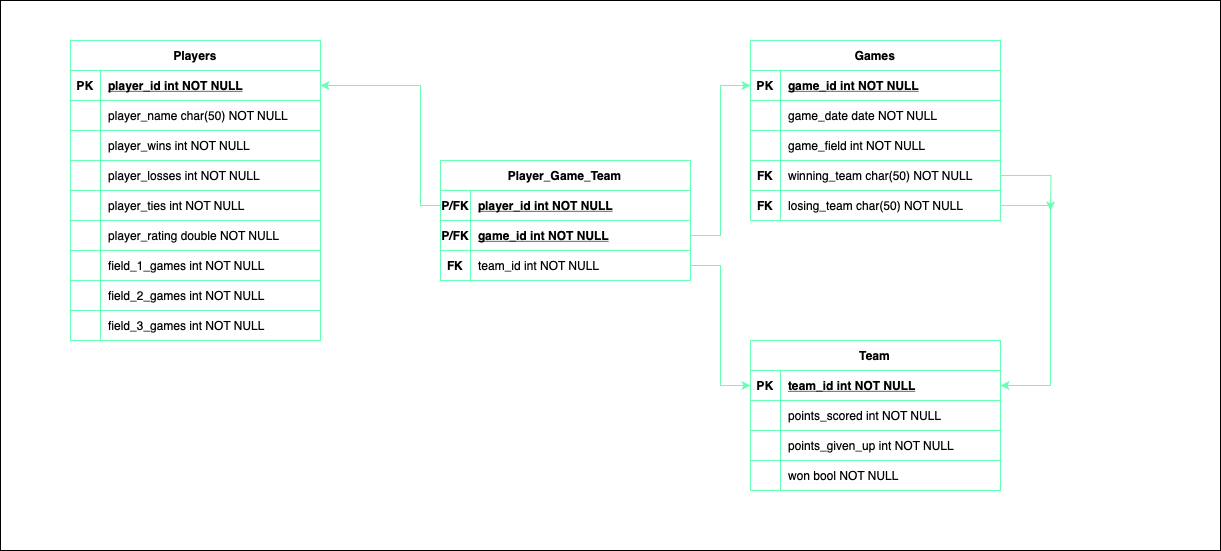
Before: Entities.png, a diagram exported from draw.io (claywrentz/Frisbee-Team-Builder). Source tidied: cells renumbered, new cells last; positions are measured from the earlier drawing's top-left corner, leaving out a move shared by most shapes.
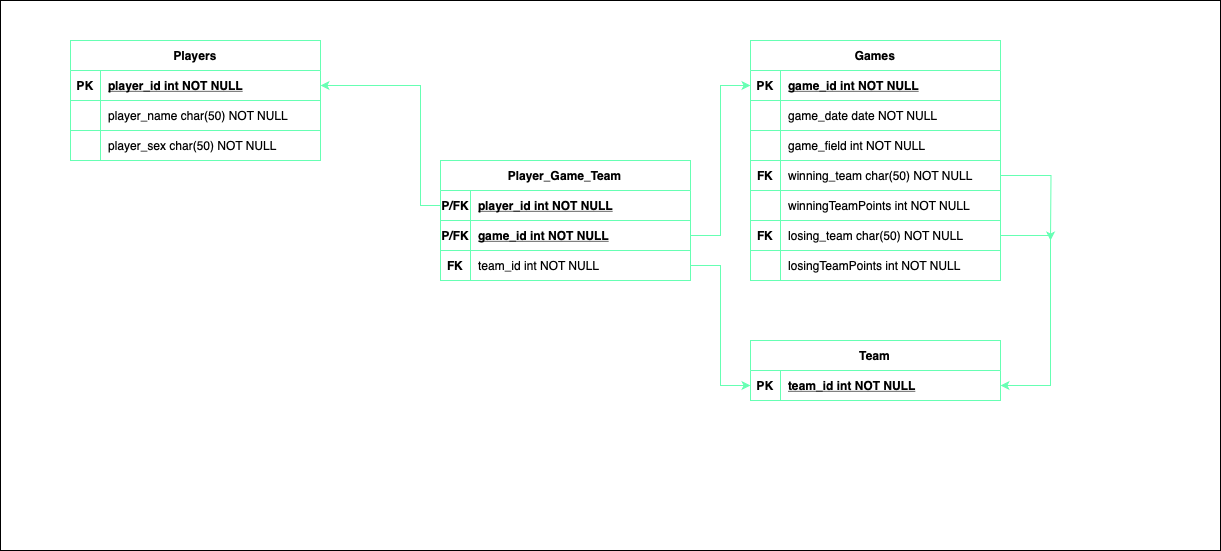
After the change.

Commit message:
Normalizing schema, not including dependent attributes

Diff of the diagram source:
```diff
@@ -6,7 +6,7 @@
       <mxGeometry width="1220" height="550" as="geometry" />
     </mxCell>
     <mxCell id="3" value="Players" style="shape=table;startSize=30;rowLines=0;fontStyle=1;align=center;strokeColor=light-dark(#66FFB3,#FFFFFF);" parent="1" vertex="1">
-      <mxGeometry x="70" y="40" width="250" height="300" as="geometry" />
+      <mxGeometry x="70" y="40" width="250" height="120" as="geometry" />
     </mxCell>
     <mxCell id="4" style="shape=partialRectangle;fillColor=none;points=[[0,0.5],[1,0.5]];portConstraint=eastwest;top=0;left=0;right=0;bottom=1;strokeColor=light-dark(#66FFB3,#FFFFFF);" parent="3" vertex="1">
       <mxGeometry y="30" width="250" height="30" as="geometry" />
@@ -26,69 +26,15 @@
     <mxCell id="9" value="player_name char(50) NOT NULL" style="shape=partialRectangle;overflow=hidden;fillColor=none;top=0;left=0;bottom=0;right=0;align=left;spacingLeft=6;fontStyle=0;strokeColor=light-dark(#66FFB3,#FFFFFF);" parent="7" vertex="1">
       <mxGeometry x="30" width="220" height="30" as="geometry" />
     </mxCell>
-    <mxCell id="10" style="shape=partialRectangle;fillColor=none;top=0;left=0;right=0;bottom=1;strokeColor=light-dark(#66FFB3,#FFFFFF);" parent="3" vertex="1">
-      <mxGeometry y="90" width="250" height="30" as="geometry" />
-    </mxCell>
-    <mxCell id="11" style="shape=partialRectangle;overflow=hidden;fillColor=none;top=0;left=0;bottom=0;right=0;fontStyle=1;strokeColor=light-dark(#66FFB3,#FFFFFF);" parent="10" vertex="1">
-      <mxGeometry width="30" height="30" as="geometry" />
-    </mxCell>
-    <mxCell id="12" value="player_wins int NOT NULL" style="shape=partialRectangle;overflow=hidden;fillColor=none;top=0;left=0;bottom=0;right=0;align=left;spacingLeft=6;fontStyle=0;strokeColor=light-dark(#66FFB3,#FFFFFF);" parent="10" vertex="1">
-      <mxGeometry x="30" width="220" height="30" as="geometry" />
-    </mxCell>
-    <mxCell id="13" style="shape=partialRectangle;fillColor=none;top=0;left=0;right=0;bottom=1;strokeColor=light-dark(#66FFB3,#FFFFFF);" parent="3" vertex="1">
-      <mxGeometry y="120" width="250" height="30" as="geometry" />
-    </mxCell>
-    <mxCell id="14" style="shape=partialRectangle;overflow=hidden;fillColor=none;top=0;left=0;bottom=0;right=0;fontStyle=1;strokeColor=light-dark(#66FFB3,#FFFFFF);" parent="13" vertex="1">
-      <mxGeometry width="30" height="30" as="geometry" />
-    </mxCell>
-    <mxCell id="15" value="player_losses int NOT NULL" style="shape=partialRectangle;overflow=hidden;fillColor=none;top=0;left=0;bottom=0;right=0;align=left;spacingLeft=6;fontStyle=0;strokeColor=light-dark(#66FFB3,#FFFFFF);" parent="13" vertex="1">
-      <mxGeometry x="30" width="220" height="30" as="geometry" />
-    </mxCell>
-    <mxCell id="16" style="shape=partialRectangle;fillColor=none;top=0;left=0;right=0;bottom=1;strokeColor=light-dark(#66FFB3,#FFFFFF);" parent="3" vertex="1">
-      <mxGeometry y="150" width="250" height="30" as="geometry" />
-    </mxCell>
-    <mxCell id="17" style="shape=partialRectangle;overflow=hidden;fillColor=none;top=0;left=0;bottom=0;right=0;fontStyle=1;strokeColor=light-dark(#66FFB3,#FFFFFF);" parent="16" vertex="1">
-      <mxGeometry width="30" height="30" as="geometry" />
-    </mxCell>
-    <mxCell id="18" value="player_ties int NOT NULL" style="shape=partialRectangle;overflow=hidden;fillColor=none;top=0;left=0;bottom=0;right=0;align=left;spacingLeft=6;fontStyle=0;strokeColor=light-dark(#66FFB3,#FFFFFF);" parent="16" vertex="1">
-      <mxGeometry x="30" width="220" height="30" as="geometry" />
-    </mxCell>
-    <mxCell id="19" style="shape=partialRectangle;fillColor=none;top=0;left=0;right=0;bottom=1;strokeColor=light-dark(#66FFB3,#FFFFFF);" parent="3" vertex="1">
-      <mxGeometry y="180" width="250" height="30" as="geometry" />
-    </mxCell>
-    <mxCell id="20" style="shape=partialRectangle;overflow=hidden;fillColor=none;top=0;left=0;bottom=0;right=0;fontStyle=1;strokeColor=light-dark(#66FFB3,#FFFFFF);" parent="19" vertex="1">
-      <mxGeometry width="30" height="30" as="geometry" />
-    </mxCell>
-    <mxCell id="21" value="player_rating double NOT NULL" style="shape=partialRectangle;overflow=hidden;fillColor=none;top=0;left=0;bottom=0;right=0;align=left;spacingLeft=6;fontStyle=0;strokeColor=light-dark(#66FFB3,#FFFFFF);" parent="19" vertex="1">
-      <mxGeometry x="30" width="220" height="30" as="geometry" />
-    </mxCell>
-    <mxCell id="22" style="shape=partialRectangle;fillColor=none;top=0;left=0;right=0;bottom=1;strokeColor=light-dark(#66FFB3,#FFFFFF);" parent="3" vertex="1">
-      <mxGeometry y="210" width="250" height="30" as="geometry" />
-    </mxCell>
-    <mxCell id="23" style="shape=partialRectangle;overflow=hidden;fillColor=none;top=0;left=0;bottom=0;right=0;fontStyle=1;strokeColor=light-dark(#66FFB3,#FFFFFF);" parent="22" vertex="1">
-      <mxGeometry width="30" height="30" as="geometry" />
-    </mxCell>
-    <mxCell id="24" value="field_1_games int NOT NULL" style="shape=partialRectangle;overflow=hidden;fillColor=none;top=0;left=0;bottom=0;right=0;align=left;spacingLeft=6;fontStyle=0;strokeColor=light-dark(#66FFB3,#FFFFFF);" parent="22" vertex="1">
-      <mxGeometry x="30" width="220" height="30" as="geometry" />
-    </mxCell>
-    <mxCell id="25" style="shape=partialRectangle;fillColor=none;top=0;left=0;right=0;bottom=1;strokeColor=light-dark(#66FFB3,#FFFFFF);" parent="3" vertex="1">
-      <mxGeometry y="240" width="250" height="30" as="geometry" />
-    </mxCell>
-    <mxCell id="26" style="shape=partialRectangle;overflow=hidden;fillColor=none;top=0;left=0;bottom=0;right=0;fontStyle=1;strokeColor=light-dark(#66FFB3,#FFFFFF);" parent="25" vertex="1">
-      <mxGeometry width="30" height="30" as="geometry" />
-    </mxCell>
-    <mxCell id="27" value="field_2_games int NOT NULL" style="shape=partialRectangle;overflow=hidden;fillColor=none;top=0;left=0;bottom=0;right=0;align=left;spacingLeft=6;fontStyle=0;strokeColor=light-dark(#66FFB3,#FFFFFF);" parent="25" vertex="1">
-      <mxGeometry x="30" width="220" height="30" as="geometry" />
-    </mxCell>
-    <mxCell id="28" style="shape=partialRectangle;fillColor=none;top=0;left=0;right=0;bottom=1;strokeColor=light-dark(#66FFB3,#FFFFFF);" parent="3" vertex="1">
-      <mxGeometry y="270" width="250" height="30" as="geometry" />
-    </mxCell>
-    <mxCell id="29" style="shape=partialRectangle;overflow=hidden;fillColor=none;top=0;left=0;bottom=0;right=0;fontStyle=1;strokeColor=light-dark(#66FFB3,#FFFFFF);" parent="28" vertex="1">
-      <mxGeometry width="30" height="30" as="geometry" />
-    </mxCell>
-    <mxCell id="30" value="field_3_games int NOT NULL" style="shape=partialRectangle;overflow=hidden;fillColor=none;top=0;left=0;bottom=0;right=0;align=left;spacingLeft=6;fontStyle=0;strokeColor=light-dark(#66FFB3,#FFFFFF);" parent="28" vertex="1">
-      <mxGeometry x="30" width="220" height="30" as="geometry" />
-    </mxCell>
+    <mxCell id="75" style="shape=partialRectangle;fillColor=none;top=0;left=0;right=0;bottom=1;strokeColor=light-dark(#66FFB3,#FFFFFF);" parent="3" vertex="1">
+      <mxGeometry y="90" width="250" height="30" as="geometry" />
+    </mxCell>
+    <mxCell id="76" style="shape=partialRectangle;overflow=hidden;fillColor=none;top=0;left=0;bottom=0;right=0;fontStyle=1;strokeColor=light-dark(#66FFB3,#FFFFFF);" parent="75" vertex="1">
+      <mxGeometry width="30" height="30" as="geometry" />
+    </mxCell>
+    <mxCell id="77" value="player_sex char(50) NOT NULL" style="shape=partialRectangle;overflow=hidden;fillColor=none;top=0;left=0;bottom=0;right=0;align=left;spacingLeft=6;fontStyle=0;strokeColor=light-dark(#66FFB3,#FFFFFF);" parent="75" vertex="1">
+      <mxGeometry x="30" width="220" height="30" as="geometry" />
+    </mxCell>
     <mxCell id="31" value="Player_Game_Team" style="shape=table;startSize=30;rowLines=0;fontStyle=1;align=center;strokeColor=light-dark(#66FFB3,#FFFFFF);" parent="1" vertex="1">
       <mxGeometry x="440" y="160" width="250" height="120" as="geometry" />
     </mxCell>
@@ -120,7 +66,7 @@
       <mxGeometry x="30" width="220" height="30" as="geometry" />
     </mxCell>
     <mxCell id="41" value="Team" style="shape=table;startSize=30;rowLines=0;fontStyle=1;align=center;strokeColor=light-dark(#66FFB3,#FFFFFF);" parent="1" vertex="1">
-      <mxGeometry x="750" y="340" width="250" height="150" as="geometry" />
+      <mxGeometry x="750" y="340" width="250" height="60" as="geometry" />
     </mxCell>
     <mxCell id="42" style="shape=partialRectangle;fillColor=none;points=[[0,0.5],[1,0.5]];portConstraint=eastwest;top=0;left=0;right=0;bottom=1;strokeColor=light-dark(#66FFB3,#FFFFFF);" parent="41" vertex="1">
       <mxGeometry y="30" width="250" height="30" as="geometry" />
@@ -131,35 +77,8 @@
     <mxCell id="44" value="team_id int NOT NULL" style="shape=partialRectangle;overflow=hidden;fillColor=none;top=0;left=0;bottom=0;right=0;align=left;spacingLeft=6;fontStyle=5;strokeColor=light-dark(#66FFB3,#FFFFFF);" parent="42" vertex="1">
       <mxGeometry x="30" width="220" height="30" as="geometry" />
     </mxCell>
-    <mxCell id="45" style="shape=partialRectangle;fillColor=none;top=0;left=0;right=0;bottom=1;strokeColor=light-dark(#66FFB3,#FFFFFF);" parent="41" vertex="1">
-      <mxGeometry y="60" width="250" height="30" as="geometry" />
-    </mxCell>
-    <mxCell id="46" style="shape=partialRectangle;overflow=hidden;fillColor=none;top=0;left=0;bottom=0;right=0;fontStyle=1;strokeColor=light-dark(#66FFB3,#FFFFFF);" parent="45" vertex="1">
-      <mxGeometry width="30" height="30" as="geometry" />
-    </mxCell>
-    <mxCell id="47" value="points_scored int NOT NULL" style="shape=partialRectangle;overflow=hidden;fillColor=none;top=0;left=0;bottom=0;right=0;align=left;spacingLeft=6;fontStyle=0;strokeColor=light-dark(#66FFB3,#FFFFFF);" parent="45" vertex="1">
-      <mxGeometry x="30" width="220" height="30" as="geometry" />
-    </mxCell>
-    <mxCell id="48" style="shape=partialRectangle;fillColor=none;top=0;left=0;right=0;bottom=1;strokeColor=light-dark(#66FFB3,#FFFFFF);" parent="41" vertex="1">
-      <mxGeometry y="90" width="250" height="30" as="geometry" />
-    </mxCell>
-    <mxCell id="49" style="shape=partialRectangle;overflow=hidden;fillColor=none;top=0;left=0;bottom=0;right=0;fontStyle=1;strokeColor=light-dark(#66FFB3,#FFFFFF);" parent="48" vertex="1">
-      <mxGeometry width="30" height="30" as="geometry" />
-    </mxCell>
-    <mxCell id="50" value="points_given_up int NOT NULL" style="shape=partialRectangle;overflow=hidden;fillColor=none;top=0;left=0;bottom=0;right=0;align=left;spacingLeft=6;fontStyle=0;strokeColor=light-dark(#66FFB3,#FFFFFF);" parent="48" vertex="1">
-      <mxGeometry x="30" width="220" height="30" as="geometry" />
-    </mxCell>
-    <mxCell id="51" style="shape=partialRectangle;fillColor=none;top=0;left=0;right=0;bottom=1;strokeColor=light-dark(#66FFB3,#FFFFFF);" parent="41" vertex="1">
-      <mxGeometry y="120" width="250" height="30" as="geometry" />
-    </mxCell>
-    <mxCell id="52" style="shape=partialRectangle;overflow=hidden;fillColor=none;top=0;left=0;bottom=0;right=0;fontStyle=1;strokeColor=light-dark(#66FFB3,#FFFFFF);" parent="51" vertex="1">
-      <mxGeometry width="30" height="30" as="geometry" />
-    </mxCell>
-    <mxCell id="53" value="won bool NOT NULL" style="shape=partialRectangle;overflow=hidden;fillColor=none;top=0;left=0;bottom=0;right=0;align=left;spacingLeft=6;fontStyle=0;strokeColor=light-dark(#66FFB3,#FFFFFF);" parent="51" vertex="1">
-      <mxGeometry x="30" width="220" height="30" as="geometry" />
-    </mxCell>
     <mxCell id="54" value="Games" style="shape=table;startSize=30;rowLines=0;fontStyle=1;align=center;strokeColor=light-dark(#66FFB3,#FFFFFF);" parent="1" vertex="1">
-      <mxGeometry x="750" y="40" width="250" height="180" as="geometry" />
+      <mxGeometry x="750" y="40" width="250" height="240" as="geometry" />
     </mxCell>
     <mxCell id="55" style="shape=partialRectangle;fillColor=none;points=[[0,0.5],[1,0.5]];portConstraint=eastwest;top=0;left=0;right=0;bottom=1;strokeColor=light-dark(#66FFB3,#FFFFFF);" parent="54" vertex="1">
       <mxGeometry y="30" width="250" height="30" as="geometry" />
@@ -197,8 +116,17 @@
     <mxCell id="66" value="winning_team char(50) NOT NULL" style="shape=partialRectangle;overflow=hidden;fillColor=none;top=0;left=0;bottom=0;right=0;align=left;spacingLeft=6;fontStyle=0;strokeColor=light-dark(#66FFB3,#FFFFFF);" parent="64" vertex="1">
       <mxGeometry x="30" width="220" height="30" as="geometry" />
     </mxCell>
+    <mxCell id="16" style="shape=partialRectangle;fillColor=none;top=0;left=0;right=0;bottom=1;strokeColor=light-dark(#66FFB3,#FFFFFF);" parent="54" vertex="1">
+      <mxGeometry y="150" width="250" height="30" as="geometry" />
+    </mxCell>
+    <mxCell id="78" style="shape=partialRectangle;overflow=hidden;fillColor=none;top=0;left=0;bottom=0;right=0;fontStyle=1;strokeColor=light-dark(#66FFB3,#FFFFFF);" parent="16" vertex="1">
+      <mxGeometry width="30" height="30" as="geometry" />
+    </mxCell>
+    <mxCell id="79" value="winningTeamPoints int NOT NULL" style="shape=partialRectangle;overflow=hidden;fillColor=none;top=0;left=0;bottom=0;right=0;align=left;spacingLeft=6;fontStyle=0;strokeColor=light-dark(#66FFB3,#FFFFFF);" parent="16" vertex="1">
+      <mxGeometry x="30" width="220" height="30" as="geometry" />
+    </mxCell>
     <mxCell id="67" style="shape=partialRectangle;fillColor=none;points=[[0,0.5],[1,0.5]];portConstraint=eastwest;top=0;left=0;right=0;bottom=1;strokeColor=light-dark(#66FFB3,#FFFFFF);" parent="54" vertex="1">
-      <mxGeometry y="150" width="250" height="30" as="geometry" />
+      <mxGeometry y="180" width="250" height="30" as="geometry" />
     </mxCell>
     <mxCell id="68" value="FK" style="shape=partialRectangle;overflow=hidden;fillColor=none;top=0;left=0;bottom=0;right=0;fontStyle=1;strokeColor=light-dark(#66FFB3,#FFFFFF);" parent="67" vertex="1">
       <mxGeometry width="30" height="30" as="geometry" />
@@ -206,6 +134,15 @@
     <mxCell id="69" value="losing_team char(50) NOT NULL" style="shape=partialRectangle;overflow=hidden;fillColor=none;top=0;left=0;bottom=0;right=0;align=left;spacingLeft=6;fontStyle=0;strokeColor=light-dark(#66FFB3,#FFFFFF);" parent="67" vertex="1">
       <mxGeometry x="30" width="220" height="30" as="geometry" />
     </mxCell>
+    <mxCell id="22" style="shape=partialRectangle;fillColor=none;top=0;left=0;right=0;bottom=1;strokeColor=light-dark(#66FFB3,#FFFFFF);" parent="54" vertex="1">
+      <mxGeometry y="210" width="250" height="30" as="geometry" />
+    </mxCell>
+    <mxCell id="80" style="shape=partialRectangle;overflow=hidden;fillColor=none;top=0;left=0;bottom=0;right=0;fontStyle=1;strokeColor=light-dark(#66FFB3,#FFFFFF);" parent="22" vertex="1">
+      <mxGeometry width="30" height="30" as="geometry" />
+    </mxCell>
+    <mxCell id="81" value="losingTeamPoints int NOT NULL" style="shape=partialRectangle;overflow=hidden;fillColor=none;top=0;left=0;bottom=0;right=0;align=left;spacingLeft=6;fontStyle=0;strokeColor=light-dark(#66FFB3,#FFFFFF);" parent="22" vertex="1">
+      <mxGeometry x="30" width="220" height="30" as="geometry" />
+    </mxCell>
     <mxCell id="70" style="edgeStyle=orthogonalEdgeStyle;rounded=0;jettySize=auto;html=1;exitX=1;exitY=0.5;exitDx=0;exitDy=0;entryX=0;entryY=0.5;entryDx=0;entryDy=0;strokeColor=light-dark(#66FFB3,#FFFFFF);" parent="1" edge="1" source="38" target="42">
       <mxGeometry relative="1" as="geometry" />
     </mxCell>
@@ -228,14 +165,14 @@
     <mxCell id="73" style="edgeStyle=orthogonalEdgeStyle;rounded=0;jettySize=auto;html=1;exitX=1;exitY=0.5;exitDx=0;exitDy=0;entryX=1;entryY=0.5;entryDx=0;entryDy=0;strokeColor=light-dark(#66FFB3,#FFFFFF);" parent="1" edge="1" source="67" target="42">
       <mxGeometry relative="1" as="geometry">
         <Array as="points">
-          <mxPoint x="1050" y="205" />
+          <mxPoint x="1050" y="235" />
           <mxPoint x="1050" y="385" />
         </Array>
       </mxGeometry>
     </mxCell>
     <mxCell id="74" style="edgeStyle=orthogonalEdgeStyle;rounded=0;jettySize=auto;html=1;exitX=1;exitY=0.5;exitDx=0;exitDy=0;strokeColor=light-dark(#66FFB3,#FFFFFF);" parent="1" edge="1" source="64">
       <mxGeometry relative="1" as="geometry">
-        <mxPoint x="1050" y="210" as="targetPoint" />
+        <mxPoint x="1050" y="240" as="targetPoint" />
       </mxGeometry>
     </mxCell>
   </root>
```
